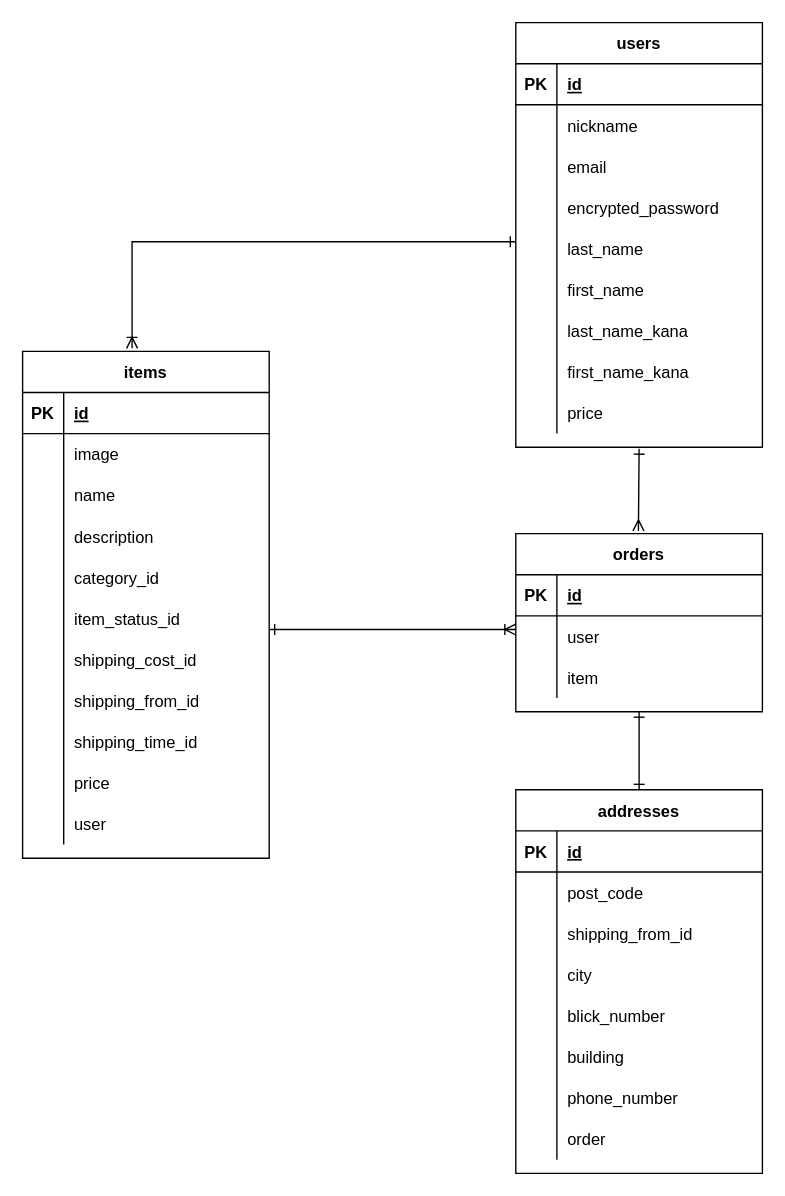
ikumi-taka/furima-38288 keeps this draw.io diagram as furima.dio. Above is the earlier version. Source tidied: cells renumbered, new cells numbered last; positions are measured from the earlier drawing's top-left corner, leaving out a move shared by most shapes. Both pictures are drawn from the tidied source at 137%, with x=0, y=0 at pixel (22, 22).
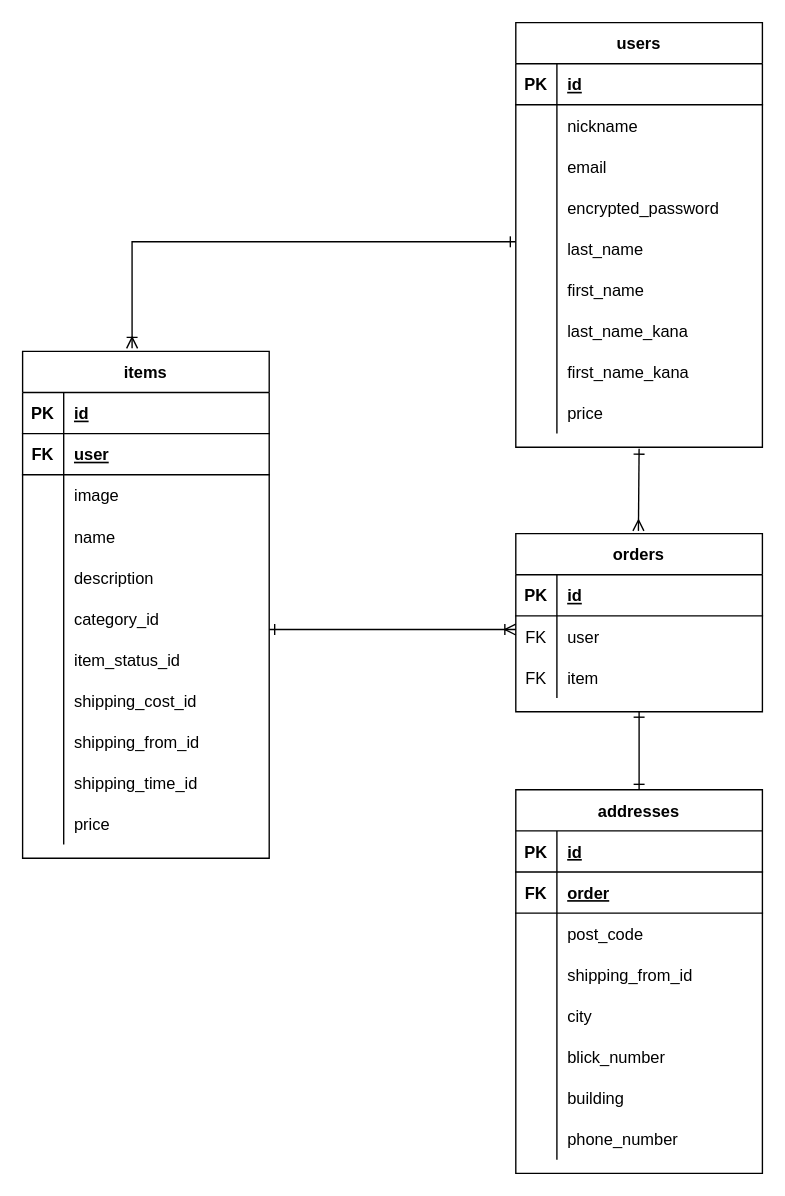
The same diagram, later.

The change refers to these unchanged cells:
```xml
<mxCell id="2" value="items" style="shape=table;startSize=30;childLayout=tableLayout;rowLines=0;fontStyle=1;align=center;" parent="1" vertex="1">
  <mxGeometry y="240" width="180" height="370" as="geometry" />
</mxCell>
<mxCell id="64" value="addresses" style="shape=table;startSize=30;childLayout=tableLayout;rowLines=0;fontStyle=1;align=center;" parent="1" vertex="1">
  <mxGeometry x="360" y="560" width="180" height="280" as="geometry" />
</mxCell>
<mxCell id="93" style="shape=partialRectangle;fillColor=none;top=0;left=0;bottom=0;right=0;" parent="89" vertex="1">
  <mxGeometry y="60" width="180" height="30" as="geometry" />
</mxCell>
<mxCell id="96" style="shape=partialRectangle;fillColor=none;top=0;left=0;bottom=0;right=0;" parent="89" vertex="1">
  <mxGeometry y="90" width="180" height="30" as="geometry" />
</mxCell>
```

Diff of the diagram source:
```diff
@@
+    <mxCell id="103" style="shape=partialRectangle;fillColor=none;top=0;left=0;bottom=1;right=0;" parent="2" vertex="1">
+      <mxGeometry y="60" width="180" height="30" as="geometry" />
+    </mxCell>
+    <mxCell id="104" value="FK" style="shape=partialRectangle;fillColor=none;top=0;left=0;bottom=0;right=0;fontStyle=1;overflow=hidden;" parent="103" vertex="1">
+      <mxGeometry width="30" height="30" as="geometry" />
+    </mxCell>
+    <mxCell id="35" value="user" style="shape=partialRectangle;fillColor=none;top=0;left=0;bottom=0;right=0;align=left;spacingLeft=6;fontStyle=5;overflow=hidden;" parent="103" vertex="1">
+      <mxGeometry x="30" width="150" height="30" as="geometry" />
+    </mxCell>
     <mxCell id="6" style="shape=partialRectangle;fillColor=none;top=0;left=0;bottom=0;right=0;" parent="2" vertex="1">
-      <mxGeometry y="60" width="180" height="30" as="geometry" />
+      <mxGeometry y="90" width="180" height="30" as="geometry" />
     </mxCell>
@@
     <mxCell id="9" style="shape=partialRectangle;fillColor=none;top=0;left=0;bottom=0;right=0;" parent="2" vertex="1">
-      <mxGeometry y="90" width="180" height="30" as="geometry" />
+      <mxGeometry y="120" width="180" height="30" as="geometry" />
     </mxCell>
@@
     <mxCell id="12" style="shape=partialRectangle;fillColor=none;top=0;left=0;bottom=0;right=0;" parent="2" vertex="1">
-      <mxGeometry y="120" width="180" height="30" as="geometry" />
+      <mxGeometry y="150" width="180" height="30" as="geometry" />
     </mxCell>
@@
     <mxCell id="15" style="shape=partialRectangle;fillColor=none;top=0;left=0;bottom=0;right=0;" parent="2" vertex="1">
-      <mxGeometry y="150" width="180" height="30" as="geometry" />
+      <mxGeometry y="180" width="180" height="30" as="geometry" />
     </mxCell>
@@
     <mxCell id="18" style="shape=partialRectangle;fillColor=none;top=0;left=0;bottom=0;right=0;" parent="2" vertex="1">
-      <mxGeometry y="180" width="180" height="30" as="geometry" />
+      <mxGeometry y="210" width="180" height="30" as="geometry" />
     </mxCell>
@@
     <mxCell id="21" style="shape=partialRectangle;fillColor=none;top=0;left=0;bottom=0;right=0;" parent="2" vertex="1">
-      <mxGeometry y="210" width="180" height="30" as="geometry" />
+      <mxGeometry y="240" width="180" height="30" as="geometry" />
     </mxCell>
@@
     <mxCell id="24" style="shape=partialRectangle;fillColor=none;top=0;left=0;bottom=0;right=0;" parent="2" vertex="1">
-      <mxGeometry y="240" width="180" height="30" as="geometry" />
+      <mxGeometry y="270" width="180" height="30" as="geometry" />
     </mxCell>
@@
     <mxCell id="27" style="shape=partialRectangle;fillColor=none;top=0;left=0;bottom=0;right=0;" parent="2" vertex="1">
-      <mxGeometry y="270" width="180" height="30" as="geometry" />
+      <mxGeometry y="300" width="180" height="30" as="geometry" />
     </mxCell>
@@
     <mxCell id="30" style="shape=partialRectangle;fillColor=none;top=0;left=0;bottom=0;right=0;" parent="2" vertex="1">
-      <mxGeometry y="300" width="180" height="30" as="geometry" />
+      <mxGeometry y="330" width="180" height="30" as="geometry" />
     </mxCell>
@@
-    <mxCell id="33" style="shape=partialRectangle;fillColor=none;top=0;left=0;bottom=0;right=0;" parent="2" vertex="1">
-      <mxGeometry y="330" width="180" height="30" as="geometry" />
-    </mxCell>
-    <mxCell id="34" style="shape=partialRectangle;fillColor=none;top=0;left=0;bottom=0;right=0;overflow=hidden;" parent="33" vertex="1">
-      <mxGeometry width="30" height="30" as="geometry" />
-    </mxCell>
-    <mxCell id="35" value="user" style="shape=partialRectangle;fillColor=none;top=0;left=0;bottom=0;right=0;align=left;spacingLeft=6;overflow=hidden;" parent="33" vertex="1">
-      <mxGeometry x="30" width="150" height="30" as="geometry" />
-    </mxCell>
@@
+    <mxCell id="105" style="shape=partialRectangle;fillColor=none;top=0;left=0;bottom=1;right=0;" parent="64" vertex="1">
+      <mxGeometry y="60" width="180" height="30" as="geometry" />
+    </mxCell>
+    <mxCell id="106" value="FK" style="shape=partialRectangle;fillColor=none;top=0;left=0;bottom=0;right=0;fontStyle=1;overflow=hidden;" parent="105" vertex="1">
+      <mxGeometry width="30" height="30" as="geometry" />
+    </mxCell>
+    <mxCell id="88" value="order" style="shape=partialRectangle;fillColor=none;top=0;left=0;bottom=0;right=0;align=left;spacingLeft=6;fontStyle=5;overflow=hidden;" parent="105" vertex="1">
+      <mxGeometry x="30" width="150" height="30" as="geometry" />
+    </mxCell>
     <mxCell id="68" style="shape=partialRectangle;fillColor=none;top=0;left=0;bottom=0;right=0;" parent="64" vertex="1">
-      <mxGeometry y="60" width="180" height="30" as="geometry" />
+      <mxGeometry y="90" width="180" height="30" as="geometry" />
     </mxCell>
@@
     <mxCell id="71" style="shape=partialRectangle;fillColor=none;top=0;left=0;bottom=0;right=0;" parent="64" vertex="1">
-      <mxGeometry y="90" width="180" height="30" as="geometry" />
+      <mxGeometry y="120" width="180" height="30" as="geometry" />
     </mxCell>
@@
     <mxCell id="74" style="shape=partialRectangle;fillColor=none;top=0;left=0;bottom=0;right=0;" parent="64" vertex="1">
-      <mxGeometry y="120" width="180" height="30" as="geometry" />
+      <mxGeometry y="150" width="180" height="30" as="geometry" />
     </mxCell>
@@
     <mxCell id="77" style="shape=partialRectangle;fillColor=none;top=0;left=0;bottom=0;right=0;" parent="64" vertex="1">
-      <mxGeometry y="150" width="180" height="30" as="geometry" />
+      <mxGeometry y="180" width="180" height="30" as="geometry" />
     </mxCell>
@@
     <mxCell id="80" style="shape=partialRectangle;fillColor=none;top=0;left=0;bottom=0;right=0;" parent="64" vertex="1">
-      <mxGeometry y="180" width="180" height="30" as="geometry" />
+      <mxGeometry y="210" width="180" height="30" as="geometry" />
     </mxCell>
@@
     <mxCell id="83" style="shape=partialRectangle;fillColor=none;top=0;left=0;bottom=0;right=0;" parent="64" vertex="1">
-      <mxGeometry y="210" width="180" height="30" as="geometry" />
+      <mxGeometry y="240" width="180" height="30" as="geometry" />
     </mxCell>
@@
-    <mxCell id="86" style="shape=partialRectangle;fillColor=none;top=0;left=0;bottom=0;right=0;" parent="64" vertex="1">
-      <mxGeometry y="240" width="180" height="30" as="geometry" />
-    </mxCell>
-    <mxCell id="87" style="shape=partialRectangle;fillColor=none;top=0;left=0;bottom=0;right=0;overflow=hidden;" parent="86" vertex="1">
-      <mxGeometry width="30" height="30" as="geometry" />
-    </mxCell>
-    <mxCell id="88" value="order" style="shape=partialRectangle;fillColor=none;top=0;left=0;bottom=0;right=0;align=left;spacingLeft=6;overflow=hidden;" parent="86" vertex="1">
-      <mxGeometry x="30" width="150" height="30" as="geometry" />
-    </mxCell>
@@
-    <mxCell id="94" style="shape=partialRectangle;fillColor=none;top=0;left=0;bottom=0;right=0;overflow=hidden;" parent="93" vertex="1">
+    <mxCell id="94" value="FK" style="shape=partialRectangle;fillColor=none;top=0;left=0;bottom=0;right=0;overflow=hidden;" parent="93" vertex="1">
       <mxGeometry width="30" height="30" as="geometry" />
     </mxCell>
@@
-    <mxCell id="97" style="shape=partialRectangle;fillColor=none;top=0;left=0;bottom=0;right=0;overflow=hidden;" parent="96" vertex="1">
+    <mxCell id="97" value="FK" style="shape=partialRectangle;fillColor=none;top=0;left=0;bottom=0;right=0;overflow=hidden;" parent="96" vertex="1">
       <mxGeometry width="30" height="30" as="geometry" />
     </mxCell>
```
